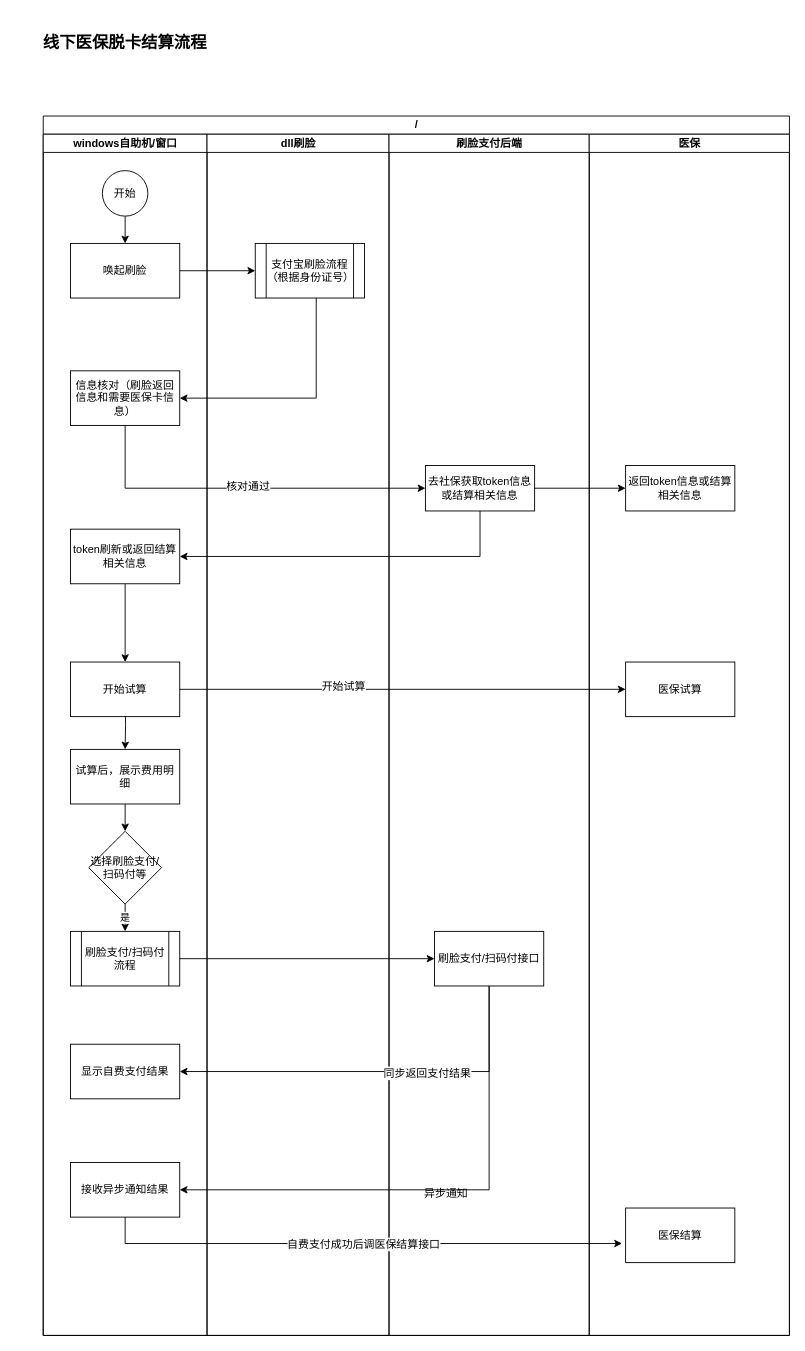
Above: 线下医保脱卡结算流程.drawio in zhangwenhuad/visio (draw.io), before the change. Source tidied: cells renumbered, new cells numbered last; positions are measured from the earlier drawing's top-left corner, leaving out a move shared by most shapes. Both pictures are drawn from the tidied source at 91%, with x=0, y=0 at pixel (15, 15).
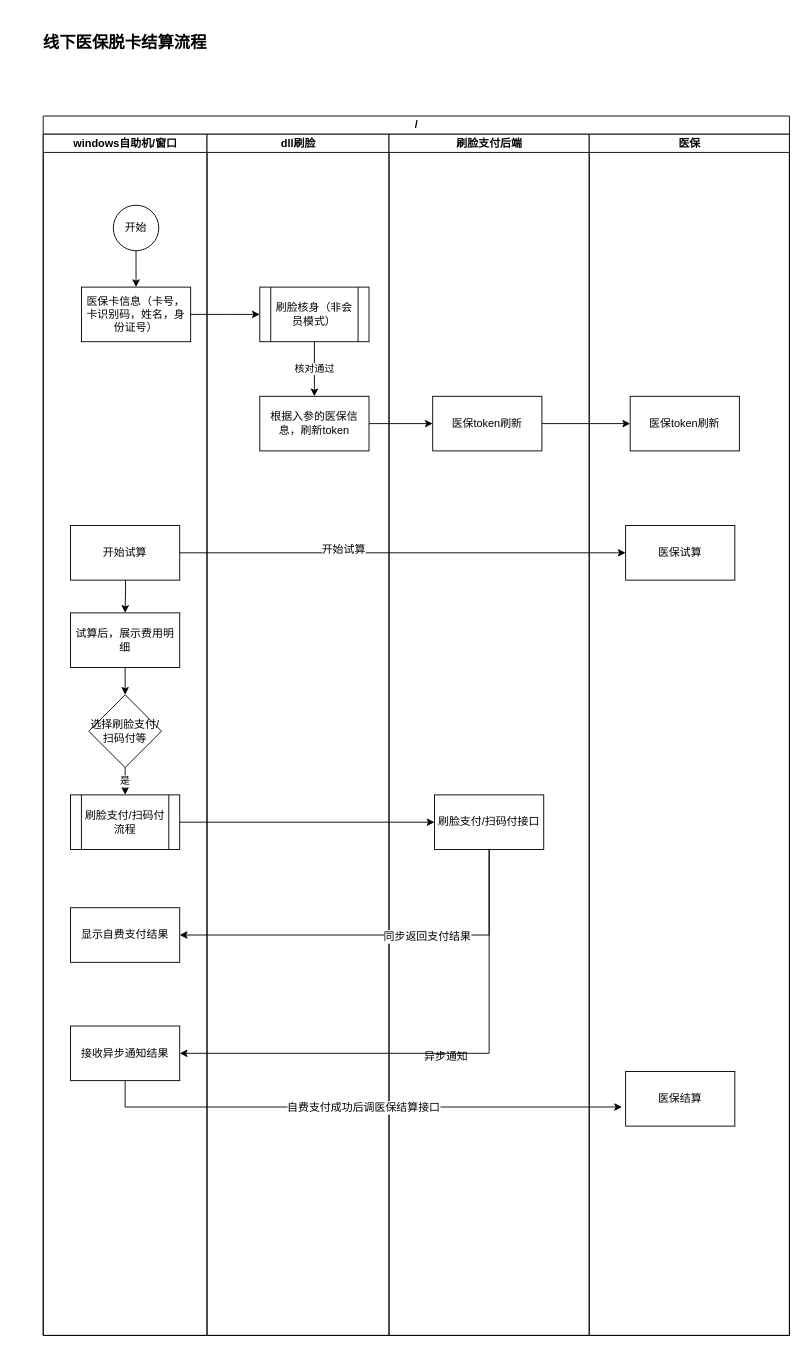
Above is the later version.

Commit message:
Update 线下医保脱卡结算流程.drawio

Unchanged cells that the change refers to:
```xml
<mxCell id="3" value="/" style="swimlane;html=1;startSize=20;" parent="1" vertex="1">
  <mxGeometry x="30" y="110" width="820" height="1340" as="geometry" />
</mxCell>
<mxCell id="4" value="windows自助机/窗口" style="swimlane;html=1;startSize=20;" parent="3" vertex="1">
  <mxGeometry y="20" width="180" height="1320" as="geometry" />
</mxCell>
<mxCell id="20" value="dll刷脸" style="swimlane;html=1;startSize=20;" parent="3" vertex="1">
  <mxGeometry x="180" y="20" width="200" height="1320" as="geometry" />
</mxCell>
<mxCell id="22" value="刷脸支付后端" style="swimlane;html=1;startSize=20;" parent="3" vertex="1">
  <mxGeometry x="380" y="20" width="220" height="1320" as="geometry" />
</mxCell>
<mxCell id="32" value="医保" style="swimlane;html=1;startSize=20;" parent="3" vertex="1">
  <mxGeometry x="600" y="20" width="220" height="1320" as="geometry" />
</mxCell>
```

Diff of the diagram source:
```diff
@@
-    <mxCell id="5" style="edgeStyle=orthogonalEdgeStyle;rounded=0;jettySize=auto;html=1;exitX=0.5;exitY=1;exitDx=0;exitDy=0;entryX=0.5;entryY=0;entryDx=0;entryDy=0;" parent="4" edge="1" source="6" target="7">
-      <mxGeometry relative="1" as="geometry" />
+    <mxCell id="5" style="edgeStyle=orthogonalEdgeStyle;rounded=0;orthogonalLoop=1;jettySize=auto;html=1;exitX=0.5;exitY=1;exitDx=0;exitDy=0;entryX=0.5;entryY=0;entryDx=0;entryDy=0;" parent="4" edge="1">
+      <mxGeometry relative="1" as="geometry">
+        <mxPoint x="90" y="90" as="sourcePoint" />
+      </mxGeometry>
     </mxCell>
-    <mxCell id="6" value="开始" style="ellipse;whiteSpace=wrap;html=1;" parent="4" vertex="1">
-      <mxGeometry x="65" y="40" width="50" height="50" as="geometry" />
-    </mxCell>
-    <mxCell id="7" value="唤起刷脸" style="rounded=0;whiteSpace=wrap;html=1;" parent="4" vertex="1">
-      <mxGeometry x="30" y="120" width="120" height="60" as="geometry" />
-    </mxCell>
     <mxCell id="8" style="edgeStyle=orthogonalEdgeStyle;rounded=0;jettySize=auto;html=1;exitX=0.5;exitY=1;exitDx=0;exitDy=0;entryX=0.5;entryY=0;entryDx=0;entryDy=0;" parent="4" edge="1" target="10">
       <mxGeometry relative="1" as="geometry">
-        <mxPoint x="90" y="621" as="sourcePoint" />
+        <mxPoint x="90" y="471" as="sourcePoint" />
       </mxGeometry>
     </mxCell>
@@
     <mxCell id="10" value="试算后，展示费用明细" style="rounded=0;whiteSpace=wrap;html=1;" parent="4" vertex="1">
-      <mxGeometry x="30" y="676" width="120" height="60" as="geometry" />
+      <mxGeometry x="30" y="526" width="120" height="60" as="geometry" />
     </mxCell>
@@
     <mxCell id="12" value="选择刷脸支付/扫码付等" style="rhombus;whiteSpace=wrap;html=1;" parent="4" vertex="1">
-      <mxGeometry x="50" y="766" width="80" height="80" as="geometry" />
+      <mxGeometry x="50" y="616" width="80" height="80" as="geometry" />
     </mxCell>
     <mxCell id="13" value="刷脸支付/扫码付流程" style="shape=process;whiteSpace=wrap;html=1;backgroundOutline=1;" parent="4" vertex="1">
-      <mxGeometry x="30" y="876" width="120" height="60" as="geometry" />
+      <mxGeometry x="30" y="726" width="120" height="60" as="geometry" />
     </mxCell>
     <mxCell id="14" value="显示自费支付结果" style="rounded=0;whiteSpace=wrap;html=1;" parent="4" vertex="1">
-      <mxGeometry x="30" y="1000" width="120" height="60" as="geometry" />
+      <mxGeometry x="30" y="850" width="120" height="60" as="geometry" />
     </mxCell>
     <mxCell id="15" value="开始试算" style="rounded=0;whiteSpace=wrap;html=1;" parent="4" vertex="1">
-      <mxGeometry x="30" y="580" width="120" height="60" as="geometry" />
+      <mxGeometry x="30" y="430" width="120" height="60" as="geometry" />
     </mxCell>
     <mxCell id="16" value="接收异步通知结果" style="rounded=0;whiteSpace=wrap;html=1;" parent="4" vertex="1">
-      <mxGeometry x="30" y="1130" width="120" height="60" as="geometry" />
+      <mxGeometry x="30" y="980" width="120" height="60" as="geometry" />
     </mxCell>
-    <mxCell id="17" value="信息核对（刷脸返回信息和需要医保卡信息）" style="rounded=0;whiteSpace=wrap;html=1;" parent="4" vertex="1">
-      <mxGeometry x="30" y="260" width="120" height="60" as="geometry" />
-    </mxCell>
-    <mxCell id="18" style="edgeStyle=orthogonalEdgeStyle;rounded=0;jettySize=auto;html=1;exitX=0.5;exitY=1;exitDx=0;exitDy=0;" parent="4" edge="1" source="19" target="15">
-      <mxGeometry relative="1" as="geometry" />
-    </mxCell>
-    <mxCell id="19" value="token刷新或返回结算相关信息" style="rounded=0;whiteSpace=wrap;html=1;" parent="4" vertex="1">
-      <mxGeometry x="30" y="434" width="120" height="60" as="geometry" />
-    </mxCell>
@@
-    <mxCell id="21" value="支付宝刷脸流程（根据身份证号）" style="shape=process;whiteSpace=wrap;html=1;backgroundOutline=1;" parent="20" vertex="1">
-      <mxGeometry x="53" y="120" width="120" height="60" as="geometry" />
-    </mxCell>
@@
     <mxCell id="23" value="刷脸支付/扫码付接口" style="rounded=0;whiteSpace=wrap;html=1;" parent="22" vertex="1">
-      <mxGeometry x="50" y="876" width="120" height="60" as="geometry" />
+      <mxGeometry x="50" y="726" width="120" height="60" as="geometry" />
     </mxCell>
-    <mxCell id="24" value="去社保获取token信息或结算相关信息" style="rounded=0;whiteSpace=wrap;html=1;" parent="22" vertex="1">
-      <mxGeometry x="40" y="364" width="120" height="50" as="geometry" />
-    </mxCell>
@@
     <mxCell id="28" style="edgeStyle=orthogonalEdgeStyle;rounded=0;jettySize=auto;html=1;entryX=-0.033;entryY=0.65;entryDx=0;entryDy=0;entryPerimeter=0;" parent="3" edge="1" target="34">
       <mxGeometry relative="1" as="geometry">
-        <mxPoint x="90" y="1210" as="sourcePoint" />
+        <mxPoint x="90" y="1060" as="sourcePoint" />
         <Array as="points">
-          <mxPoint x="90" y="1239" />
+          <mxPoint x="90" y="1089" />
         </Array>
       </mxGeometry>
     </mxCell>
@@
-    <mxCell id="31" style="edgeStyle=orthogonalEdgeStyle;rounded=0;jettySize=auto;html=1;exitX=1;exitY=0.5;exitDx=0;exitDy=0;" parent="3" edge="1" source="24" target="33">
-      <mxGeometry relative="1" as="geometry" />
-    </mxCell>
@@
-    <mxCell id="33" value="返回token信息或结算相关信息" style="rounded=0;whiteSpace=wrap;html=1;" parent="32" vertex="1">
-      <mxGeometry x="40" y="364" width="120" height="50" as="geometry" />
-    </mxCell>
     <mxCell id="34" value="医保结算" style="rounded=0;whiteSpace=wrap;html=1;" parent="32" vertex="1">
-      <mxGeometry x="40" y="1180" width="120" height="60" as="geometry" />
+      <mxGeometry x="40" y="1030" width="120" height="60" as="geometry" />
     </mxCell>
     <mxCell id="35" value="医保试算" style="rounded=0;whiteSpace=wrap;html=1;" parent="32" vertex="1">
-      <mxGeometry x="40" y="580" width="120" height="60" as="geometry" />
+      <mxGeometry x="40" y="430" width="120" height="60" as="geometry" />
     </mxCell>
-    <mxCell id="36" style="edgeStyle=orthogonalEdgeStyle;rounded=0;jettySize=auto;html=1;exitX=1;exitY=0.5;exitDx=0;exitDy=0;entryX=0;entryY=0.5;entryDx=0;entryDy=0;" parent="3" edge="1" source="7" target="21">
-      <mxGeometry relative="1" as="geometry" />
+    <mxCell id="36" style="edgeStyle=orthogonalEdgeStyle;rounded=0;orthogonalLoop=1;jettySize=auto;html=1;exitX=1;exitY=0.5;exitDx=0;exitDy=0;entryX=0;entryY=0.5;entryDx=0;entryDy=0;" parent="3" edge="1">
+      <mxGeometry relative="1" as="geometry">
+        <mxPoint x="150" y="170" as="sourcePoint" />
+      </mxGeometry>
     </mxCell>
-    <mxCell id="37" style="edgeStyle=orthogonalEdgeStyle;rounded=0;jettySize=auto;html=1;entryX=1;entryY=0.5;entryDx=0;entryDy=0;" parent="3" edge="1" source="21" target="17">
-      <mxGeometry relative="1" as="geometry">
-        <Array as="points">
-          <mxPoint x="300" y="310" />
-        </Array>
-      </mxGeometry>
-    </mxCell>
-    <mxCell id="38" style="edgeStyle=orthogonalEdgeStyle;rounded=0;jettySize=auto;html=1;exitX=0.5;exitY=1;exitDx=0;exitDy=0;" parent="3" edge="1" source="17">
-      <mxGeometry relative="1" as="geometry">
-        <mxPoint x="420" y="409" as="targetPoint" />
-        <Array as="points">
-          <mxPoint x="90" y="409" />
-          <mxPoint x="420" y="409" />
-        </Array>
-      </mxGeometry>
-    </mxCell>
-    <mxCell id="39" value="核对通过" style="text;html=1;align=center;verticalAlign=middle;labelBackgroundColor=#ffffff;" parent="38" vertex="1">
-      <mxGeometry x="0.02" y="3" relative="1" as="geometry" />
-    </mxCell>
-    <mxCell id="40" style="edgeStyle=orthogonalEdgeStyle;rounded=0;jettySize=auto;html=1;entryX=1;entryY=0.5;entryDx=0;entryDy=0;exitX=0.5;exitY=1;exitDx=0;exitDy=0;" parent="3" edge="1" source="24" target="19">
-      <mxGeometry relative="1" as="geometry">
-        <Array as="points">
-          <mxPoint x="480" y="484" />
-        </Array>
-      </mxGeometry>
-    </mxCell>
@@
     <mxCell id="43" value="异步通知" style="text;html=1;align=left;verticalAlign=top;spacingTop=-4;" parent="1" vertex="1">
-      <mxGeometry x="447" y="1284" width="60" height="20" as="geometry" />
+      <mxGeometry x="447" y="1134" width="60" height="20" as="geometry" />
     </mxCell>
+    <mxCell id="44" style="edgeStyle=orthogonalEdgeStyle;rounded=0;jettySize=auto;html=1;exitX=0.5;exitY=1;exitDx=0;exitDy=0;entryX=0.5;entryY=0;entryDx=0;entryDy=0;" parent="1" edge="1" source="6" target="45">
+      <mxGeometry relative="1" as="geometry" />
+    </mxCell>
+    <mxCell id="6" value="开始" style="ellipse;whiteSpace=wrap;html=1;" parent="1" vertex="1">
+      <mxGeometry x="107" y="208" width="50" height="50" as="geometry" />
+    </mxCell>
+    <mxCell id="45" value="医保卡信息（卡号，卡识别码，姓名，身份证号）" style="rounded=0;whiteSpace=wrap;html=1;" parent="1" vertex="1">
+      <mxGeometry x="72" y="298" width="120" height="60" as="geometry" />
+    </mxCell>
+    <mxCell id="39" value="核对通过" style="edgeStyle=orthogonalEdgeStyle;rounded=0;jettySize=auto;html=1;exitX=0.5;exitY=1;exitDx=0;exitDy=0;entryX=0.5;entryY=0;entryDx=0;entryDy=0;" parent="1" edge="1" source="46" target="47">
+      <mxGeometry relative="1" as="geometry" />
+    </mxCell>
+    <mxCell id="46" value="&lt;span style=&quot;white-space: normal&quot;&gt;刷脸核身（非会员模式）&lt;/span&gt;" style="shape=process;whiteSpace=wrap;html=1;backgroundOutline=1;" parent="1" vertex="1">
+      <mxGeometry x="268" y="298" width="120" height="60" as="geometry" />
+    </mxCell>
+    <mxCell id="47" value="根据入参的医保信息，刷新token" style="rounded=0;whiteSpace=wrap;html=1;" parent="1" vertex="1">
+      <mxGeometry x="268" y="418" width="120" height="60" as="geometry" />
+    </mxCell>
+    <mxCell id="48" value="医保token刷新" style="rounded=0;whiteSpace=wrap;html=1;" parent="1" vertex="1">
+      <mxGeometry x="458" y="418" width="120" height="60" as="geometry" />
+    </mxCell>
+    <mxCell id="49" style="edgeStyle=orthogonalEdgeStyle;rounded=0;jettySize=auto;html=1;exitX=1;exitY=0.5;exitDx=0;exitDy=0;entryX=0;entryY=0.5;entryDx=0;entryDy=0;" parent="1" edge="1" source="45">
+      <mxGeometry relative="1" as="geometry">
+        <mxPoint x="268" y="328" as="targetPoint" />
+      </mxGeometry>
+    </mxCell>
+    <mxCell id="50" value="医保token刷新" style="rounded=0;whiteSpace=wrap;html=1;" parent="1" vertex="1">
+      <mxGeometry x="675" y="418" width="120" height="60" as="geometry" />
+    </mxCell>
+    <mxCell id="51" style="edgeStyle=orthogonalEdgeStyle;rounded=0;jettySize=auto;html=1;exitX=1;exitY=0.5;exitDx=0;exitDy=0;" parent="1" edge="1" source="47" target="48">
+      <mxGeometry relative="1" as="geometry" />
+    </mxCell>
+    <mxCell id="52" style="edgeStyle=orthogonalEdgeStyle;rounded=0;jettySize=auto;html=1;exitX=1;exitY=0.5;exitDx=0;exitDy=0;" parent="1" edge="1" source="48" target="50">
+      <mxGeometry relative="1" as="geometry" />
+    </mxCell>
```
